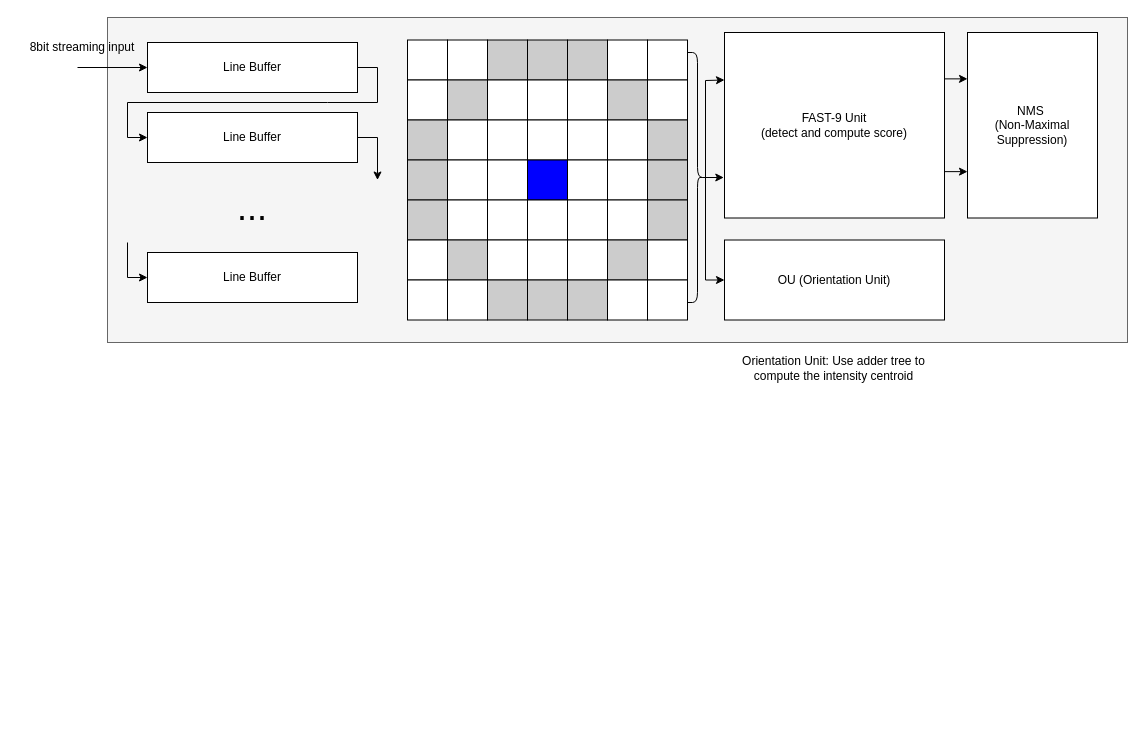
Before: page "Detector" (2 of 5) of Hardware_implementation/Diagram.drawio in FlyingFrank515/Visual-Odometry, a draw.io diagram. Source tidied: cells renumbered, new cells numbered last; positions are measured from the earlier drawing's top-left corner, leaving out a move shared by most shapes. Both pictures are drawn from the tidied source at 100%, with x=0, y=0 at pixel (17, 17).
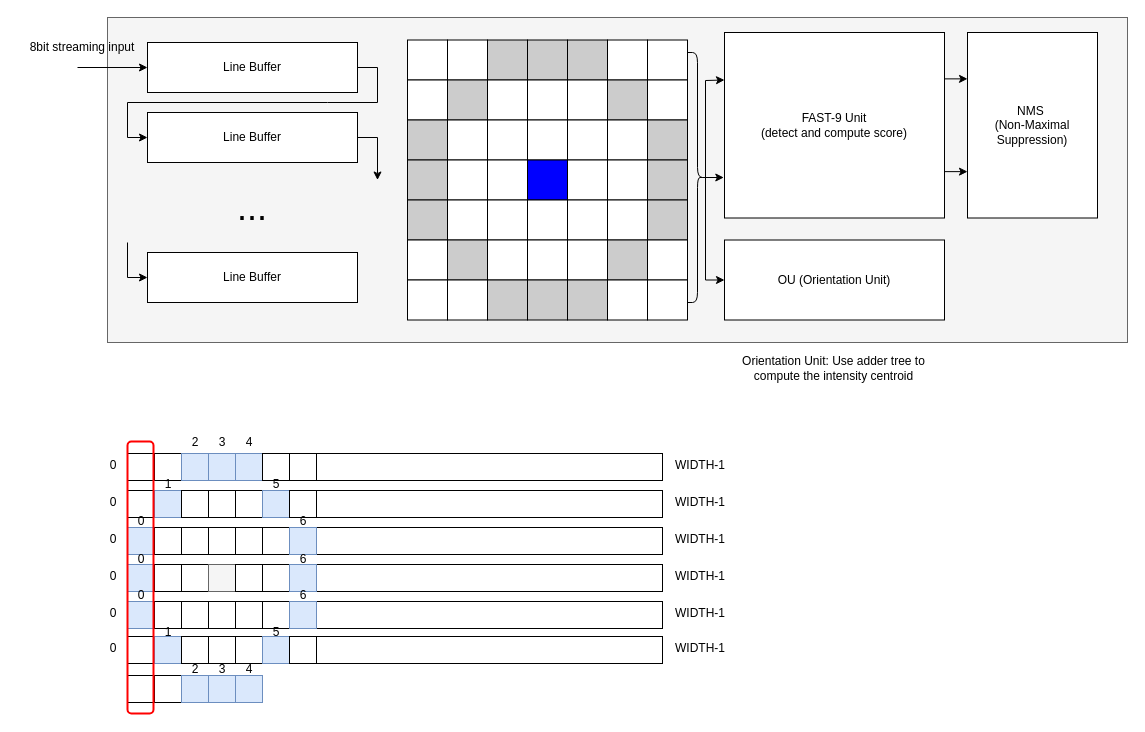
The same page after the edit.

Change to the diagram source:
```diff
@@
+    <mxCell id="71" style="rounded=0;whiteSpace=wrap;html=1;" parent="1" vertex="1">
+      <mxGeometry x="110" y="436" width="535" height="27" as="geometry" />
+    </mxCell>
+    <mxCell id="72" value="0" style="text;html=1;strokeColor=none;fillColor=none;align=center;verticalAlign=middle;whiteSpace=wrap;rounded=0;" parent="1" vertex="1">
+      <mxGeometry x="66" y="433" width="60" height="30" as="geometry" />
+    </mxCell>
+    <mxCell id="73" value="WIDTH-1" style="text;html=1;strokeColor=none;fillColor=none;align=center;verticalAlign=middle;whiteSpace=wrap;rounded=0;" parent="1" vertex="1">
+      <mxGeometry x="653" y="433" width="60" height="30" as="geometry" />
+    </mxCell>
+    <mxCell id="74" style="rounded=0;whiteSpace=wrap;html=1;" parent="1" vertex="1">
+      <mxGeometry x="110" y="473" width="535" height="27" as="geometry" />
+    </mxCell>
+    <mxCell id="75" value="0" style="text;html=1;strokeColor=none;fillColor=none;align=center;verticalAlign=middle;whiteSpace=wrap;rounded=0;" parent="1" vertex="1">
+      <mxGeometry x="66" y="470" width="60" height="30" as="geometry" />
+    </mxCell>
+    <mxCell id="76" value="WIDTH-1" style="text;html=1;strokeColor=none;fillColor=none;align=center;verticalAlign=middle;whiteSpace=wrap;rounded=0;" parent="1" vertex="1">
+      <mxGeometry x="653" y="470" width="60" height="30" as="geometry" />
+    </mxCell>
+    <mxCell id="77" style="rounded=0;whiteSpace=wrap;html=1;" parent="1" vertex="1">
+      <mxGeometry x="110" y="510" width="535" height="27" as="geometry" />
+    </mxCell>
+    <mxCell id="78" value="0" style="text;html=1;strokeColor=none;fillColor=none;align=center;verticalAlign=middle;whiteSpace=wrap;rounded=0;" parent="1" vertex="1">
+      <mxGeometry x="66" y="507" width="60" height="30" as="geometry" />
+    </mxCell>
+    <mxCell id="79" value="WIDTH-1" style="text;html=1;strokeColor=none;fillColor=none;align=center;verticalAlign=middle;whiteSpace=wrap;rounded=0;" parent="1" vertex="1">
+      <mxGeometry x="653" y="507" width="60" height="30" as="geometry" />
+    </mxCell>
+    <mxCell id="80" style="rounded=0;whiteSpace=wrap;html=1;" parent="1" vertex="1">
+      <mxGeometry x="110" y="547" width="535" height="27" as="geometry" />
+    </mxCell>
+    <mxCell id="81" value="0" style="text;html=1;strokeColor=none;fillColor=none;align=center;verticalAlign=middle;whiteSpace=wrap;rounded=0;" parent="1" vertex="1">
+      <mxGeometry x="66" y="544" width="60" height="30" as="geometry" />
+    </mxCell>
+    <mxCell id="82" value="WIDTH-1" style="text;html=1;strokeColor=none;fillColor=none;align=center;verticalAlign=middle;whiteSpace=wrap;rounded=0;" parent="1" vertex="1">
+      <mxGeometry x="653" y="544" width="60" height="30" as="geometry" />
+    </mxCell>
+    <mxCell id="83" style="rounded=0;whiteSpace=wrap;html=1;" parent="1" vertex="1">
+      <mxGeometry x="110" y="584" width="535" height="27" as="geometry" />
+    </mxCell>
+    <mxCell id="84" value="0" style="text;html=1;strokeColor=none;fillColor=none;align=center;verticalAlign=middle;whiteSpace=wrap;rounded=0;" parent="1" vertex="1">
+      <mxGeometry x="66" y="581" width="60" height="30" as="geometry" />
+    </mxCell>
+    <mxCell id="85" value="WIDTH-1" style="text;html=1;strokeColor=none;fillColor=none;align=center;verticalAlign=middle;whiteSpace=wrap;rounded=0;" parent="1" vertex="1">
+      <mxGeometry x="653" y="581" width="60" height="30" as="geometry" />
+    </mxCell>
+    <mxCell id="86" style="rounded=0;whiteSpace=wrap;html=1;" parent="1" vertex="1">
+      <mxGeometry x="110" y="619" width="535" height="27" as="geometry" />
+    </mxCell>
+    <mxCell id="87" value="0" style="text;html=1;strokeColor=none;fillColor=none;align=center;verticalAlign=middle;whiteSpace=wrap;rounded=0;" parent="1" vertex="1">
+      <mxGeometry x="66" y="616" width="60" height="30" as="geometry" />
+    </mxCell>
+    <mxCell id="88" value="WIDTH-1" style="text;html=1;strokeColor=none;fillColor=none;align=center;verticalAlign=middle;whiteSpace=wrap;rounded=0;" parent="1" vertex="1">
+      <mxGeometry x="653" y="616" width="60" height="30" as="geometry" />
+    </mxCell>
+    <mxCell id="89" style="rounded=0;whiteSpace=wrap;html=1;fontSize=36;fillColor=#FFFFFF;" parent="1" vertex="1">
+      <mxGeometry x="110" y="436" width="27" height="27" as="geometry" />
+    </mxCell>
+    <mxCell id="90" style="rounded=0;whiteSpace=wrap;html=1;fontSize=36;fillColor=#FFFFFF;" parent="1" vertex="1">
+      <mxGeometry x="137" y="436" width="27" height="27" as="geometry" />
+    </mxCell>
+    <mxCell id="91" style="rounded=0;whiteSpace=wrap;html=1;fontSize=36;fillColor=#dae8fc;strokeColor=#6c8ebf;" parent="1" vertex="1">
+      <mxGeometry x="164" y="436" width="27" height="27" as="geometry" />
+    </mxCell>
+    <mxCell id="92" style="rounded=0;whiteSpace=wrap;html=1;fontSize=36;fillColor=#dae8fc;strokeColor=#6c8ebf;" parent="1" vertex="1">
+      <mxGeometry x="191" y="436" width="27" height="27" as="geometry" />
+    </mxCell>
+    <mxCell id="93" style="rounded=0;whiteSpace=wrap;html=1;fontSize=36;fillColor=#dae8fc;strokeColor=#6c8ebf;" parent="1" vertex="1">
+      <mxGeometry x="218" y="436" width="27" height="27" as="geometry" />
+    </mxCell>
+    <mxCell id="94" style="rounded=0;whiteSpace=wrap;html=1;fontSize=36;fillColor=#FFFFFF;" parent="1" vertex="1">
+      <mxGeometry x="245" y="436" width="27" height="27" as="geometry" />
+    </mxCell>
+    <mxCell id="95" style="rounded=0;whiteSpace=wrap;html=1;fontSize=36;fillColor=#FFFFFF;" parent="1" vertex="1">
+      <mxGeometry x="272" y="436" width="27" height="27" as="geometry" />
+    </mxCell>
+    <mxCell id="96" style="rounded=0;whiteSpace=wrap;html=1;fontSize=36;fillColor=#FFFFFF;" parent="1" vertex="1">
+      <mxGeometry x="110" y="473" width="27" height="27" as="geometry" />
+    </mxCell>
+    <mxCell id="97" style="rounded=0;whiteSpace=wrap;html=1;fontSize=36;fillColor=#dae8fc;strokeColor=#6c8ebf;" parent="1" vertex="1">
+      <mxGeometry x="137" y="473" width="27" height="27" as="geometry" />
+    </mxCell>
+    <mxCell id="98" style="rounded=0;whiteSpace=wrap;html=1;fontSize=36;fillColor=#FFFFFF;" parent="1" vertex="1">
+      <mxGeometry x="164" y="473" width="27" height="27" as="geometry" />
+    </mxCell>
+    <mxCell id="99" style="rounded=0;whiteSpace=wrap;html=1;fontSize=36;fillColor=#FFFFFF;" parent="1" vertex="1">
+      <mxGeometry x="191" y="473" width="27" height="27" as="geometry" />
+    </mxCell>
+    <mxCell id="100" style="rounded=0;whiteSpace=wrap;html=1;fontSize=36;fillColor=#FFFFFF;" parent="1" vertex="1">
+      <mxGeometry x="218" y="473" width="27" height="27" as="geometry" />
+    </mxCell>
+    <mxCell id="101" style="rounded=0;whiteSpace=wrap;html=1;fontSize=36;fillColor=#dae8fc;strokeColor=#6c8ebf;" parent="1" vertex="1">
+      <mxGeometry x="245" y="473" width="27" height="27" as="geometry" />
+    </mxCell>
+    <mxCell id="102" style="rounded=0;whiteSpace=wrap;html=1;fontSize=36;fillColor=#FFFFFF;" parent="1" vertex="1">
+      <mxGeometry x="272" y="473" width="27" height="27" as="geometry" />
+    </mxCell>
+    <mxCell id="103" style="rounded=0;whiteSpace=wrap;html=1;fontSize=36;fillColor=#dae8fc;strokeColor=#6c8ebf;" parent="1" vertex="1">
+      <mxGeometry x="110" y="510" width="27" height="27" as="geometry" />
+    </mxCell>
+    <mxCell id="104" style="rounded=0;whiteSpace=wrap;html=1;fontSize=36;fillColor=#FFFFFF;" parent="1" vertex="1">
+      <mxGeometry x="137" y="510" width="27" height="27" as="geometry" />
+    </mxCell>
+    <mxCell id="105" style="rounded=0;whiteSpace=wrap;html=1;fontSize=36;fillColor=#FFFFFF;" parent="1" vertex="1">
+      <mxGeometry x="164" y="510" width="27" height="27" as="geometry" />
+    </mxCell>
+    <mxCell id="106" style="rounded=0;whiteSpace=wrap;html=1;fontSize=36;fillColor=#FFFFFF;" parent="1" vertex="1">
+      <mxGeometry x="191" y="510" width="27" height="27" as="geometry" />
+    </mxCell>
+    <mxCell id="107" style="rounded=0;whiteSpace=wrap;html=1;fontSize=36;fillColor=#FFFFFF;" parent="1" vertex="1">
+      <mxGeometry x="218" y="510" width="27" height="27" as="geometry" />
+    </mxCell>
+    <mxCell id="108" style="rounded=0;whiteSpace=wrap;html=1;fontSize=36;fillColor=#FFFFFF;" parent="1" vertex="1">
+      <mxGeometry x="245" y="510" width="27" height="27" as="geometry" />
+    </mxCell>
+    <mxCell id="109" style="rounded=0;whiteSpace=wrap;html=1;fontSize=36;fillColor=#dae8fc;strokeColor=#6c8ebf;" parent="1" vertex="1">
+      <mxGeometry x="272" y="510" width="27" height="27" as="geometry" />
+    </mxCell>
+    <mxCell id="110" style="rounded=0;whiteSpace=wrap;html=1;fontSize=36;fillColor=#dae8fc;strokeColor=#6c8ebf;" parent="1" vertex="1">
+      <mxGeometry x="110" y="547" width="27" height="27" as="geometry" />
+    </mxCell>
+    <mxCell id="111" style="rounded=0;whiteSpace=wrap;html=1;fontSize=36;fillColor=#FFFFFF;" parent="1" vertex="1">
+      <mxGeometry x="137" y="547" width="27" height="27" as="geometry" />
+    </mxCell>
+    <mxCell id="112" style="rounded=0;whiteSpace=wrap;html=1;fontSize=36;fillColor=#FFFFFF;" parent="1" vertex="1">
+      <mxGeometry x="164" y="547" width="27" height="27" as="geometry" />
+    </mxCell>
+    <mxCell id="113" style="rounded=0;whiteSpace=wrap;html=1;fontSize=36;fillColor=#f5f5f5;strokeColor=#666666;fontColor=#333333;" parent="1" vertex="1">
+      <mxGeometry x="191" y="547" width="27" height="27" as="geometry" />
+    </mxCell>
+    <mxCell id="114" style="rounded=0;whiteSpace=wrap;html=1;fontSize=36;fillColor=#FFFFFF;" parent="1" vertex="1">
+      <mxGeometry x="218" y="547" width="27" height="27" as="geometry" />
+    </mxCell>
+    <mxCell id="115" style="rounded=0;whiteSpace=wrap;html=1;fontSize=36;fillColor=#FFFFFF;" parent="1" vertex="1">
+      <mxGeometry x="245" y="547" width="27" height="27" as="geometry" />
+    </mxCell>
+    <mxCell id="116" style="rounded=0;whiteSpace=wrap;html=1;fontSize=36;fillColor=#dae8fc;strokeColor=#6c8ebf;" parent="1" vertex="1">
+      <mxGeometry x="272" y="547" width="27" height="27" as="geometry" />
+    </mxCell>
+    <mxCell id="117" style="rounded=0;whiteSpace=wrap;html=1;fontSize=36;fillColor=#dae8fc;strokeColor=#6c8ebf;" parent="1" vertex="1">
+      <mxGeometry x="110" y="584" width="27" height="27" as="geometry" />
+    </mxCell>
+    <mxCell id="118" style="rounded=0;whiteSpace=wrap;html=1;fontSize=36;fillColor=#FFFFFF;" parent="1" vertex="1">
+      <mxGeometry x="137" y="584" width="27" height="27" as="geometry" />
+    </mxCell>
+    <mxCell id="119" style="rounded=0;whiteSpace=wrap;html=1;fontSize=36;fillColor=#FFFFFF;" parent="1" vertex="1">
+      <mxGeometry x="164" y="584" width="27" height="27" as="geometry" />
+    </mxCell>
+    <mxCell id="120" style="rounded=0;whiteSpace=wrap;html=1;fontSize=36;fillColor=#FFFFFF;" parent="1" vertex="1">
+      <mxGeometry x="191" y="584" width="27" height="27" as="geometry" />
+    </mxCell>
+    <mxCell id="121" style="rounded=0;whiteSpace=wrap;html=1;fontSize=36;fillColor=#FFFFFF;" parent="1" vertex="1">
+      <mxGeometry x="218" y="584" width="27" height="27" as="geometry" />
+    </mxCell>
+    <mxCell id="122" style="rounded=0;whiteSpace=wrap;html=1;fontSize=36;fillColor=#FFFFFF;" parent="1" vertex="1">
+      <mxGeometry x="245" y="584" width="27" height="27" as="geometry" />
+    </mxCell>
+    <mxCell id="123" style="rounded=0;whiteSpace=wrap;html=1;fontSize=36;fillColor=#dae8fc;strokeColor=#6c8ebf;" parent="1" vertex="1">
+      <mxGeometry x="272" y="584" width="27" height="27" as="geometry" />
+    </mxCell>
+    <mxCell id="124" style="rounded=0;whiteSpace=wrap;html=1;fontSize=36;fillColor=#FFFFFF;" parent="1" vertex="1">
+      <mxGeometry x="110" y="619" width="27" height="27" as="geometry" />
+    </mxCell>
+    <mxCell id="125" style="rounded=0;whiteSpace=wrap;html=1;fontSize=36;fillColor=#dae8fc;strokeColor=#6c8ebf;" parent="1" vertex="1">
+      <mxGeometry x="137" y="619" width="27" height="27" as="geometry" />
+    </mxCell>
+    <mxCell id="126" style="rounded=0;whiteSpace=wrap;html=1;fontSize=36;fillColor=#FFFFFF;" parent="1" vertex="1">
+      <mxGeometry x="164" y="619" width="27" height="27" as="geometry" />
+    </mxCell>
+    <mxCell id="127" style="rounded=0;whiteSpace=wrap;html=1;fontSize=36;fillColor=#FFFFFF;" parent="1" vertex="1">
+      <mxGeometry x="191" y="619" width="27" height="27" as="geometry" />
+    </mxCell>
+    <mxCell id="128" style="rounded=0;whiteSpace=wrap;html=1;fontSize=36;fillColor=#FFFFFF;" parent="1" vertex="1">
+      <mxGeometry x="218" y="619" width="27" height="27" as="geometry" />
+    </mxCell>
+    <mxCell id="129" style="rounded=0;whiteSpace=wrap;html=1;fontSize=36;fillColor=#dae8fc;strokeColor=#6c8ebf;" parent="1" vertex="1">
+      <mxGeometry x="245" y="619" width="27" height="27" as="geometry" />
+    </mxCell>
+    <mxCell id="130" style="rounded=0;whiteSpace=wrap;html=1;fontSize=36;fillColor=#FFFFFF;" parent="1" vertex="1">
+      <mxGeometry x="272" y="619" width="27" height="27" as="geometry" />
+    </mxCell>
+    <mxCell id="131" style="rounded=0;whiteSpace=wrap;html=1;fontSize=36;fillColor=#FFFFFF;" parent="1" vertex="1">
+      <mxGeometry x="110" y="658" width="27" height="27" as="geometry" />
+    </mxCell>
+    <mxCell id="132" style="rounded=0;whiteSpace=wrap;html=1;fontSize=36;fillColor=#FFFFFF;" parent="1" vertex="1">
+      <mxGeometry x="137" y="658" width="27" height="27" as="geometry" />
+    </mxCell>
+    <mxCell id="133" style="rounded=0;whiteSpace=wrap;html=1;fontSize=36;fillColor=#dae8fc;strokeColor=#6c8ebf;" parent="1" vertex="1">
+      <mxGeometry x="164" y="658" width="27" height="27" as="geometry" />
+    </mxCell>
+    <mxCell id="134" style="rounded=0;whiteSpace=wrap;html=1;fontSize=36;fillColor=#dae8fc;strokeColor=#6c8ebf;" parent="1" vertex="1">
+      <mxGeometry x="191" y="658" width="27" height="27" as="geometry" />
+    </mxCell>
+    <mxCell id="135" style="rounded=0;whiteSpace=wrap;html=1;fontSize=36;fillColor=#dae8fc;strokeColor=#6c8ebf;" parent="1" vertex="1">
+      <mxGeometry x="218" y="658" width="27" height="27" as="geometry" />
+    </mxCell>
+    <mxCell id="136" value="2" style="text;html=1;strokeColor=none;fillColor=none;align=center;verticalAlign=middle;whiteSpace=wrap;rounded=0;" parent="1" vertex="1">
+      <mxGeometry x="147.5" y="410" width="60" height="30" as="geometry" />
+    </mxCell>
+    <mxCell id="137" value="3" style="text;html=1;strokeColor=none;fillColor=none;align=center;verticalAlign=middle;whiteSpace=wrap;rounded=0;" parent="1" vertex="1">
+      <mxGeometry x="174.5" y="410" width="60" height="30" as="geometry" />
+    </mxCell>
+    <mxCell id="138" value="4" style="text;html=1;strokeColor=none;fillColor=none;align=center;verticalAlign=middle;whiteSpace=wrap;rounded=0;" parent="1" vertex="1">
+      <mxGeometry x="201.5" y="410" width="60" height="30" as="geometry" />
+    </mxCell>
+    <mxCell id="139" value="1" style="text;html=1;strokeColor=none;fillColor=none;align=center;verticalAlign=middle;whiteSpace=wrap;rounded=0;" parent="1" vertex="1">
+      <mxGeometry x="120.5" y="452" width="60" height="30" as="geometry" />
+    </mxCell>
+    <mxCell id="140" value="5" style="text;html=1;strokeColor=none;fillColor=none;align=center;verticalAlign=middle;whiteSpace=wrap;rounded=0;" parent="1" vertex="1">
+      <mxGeometry x="228.5" y="452" width="60" height="30" as="geometry" />
+    </mxCell>
+    <mxCell id="141" value="0" style="text;html=1;strokeColor=none;fillColor=none;align=center;verticalAlign=middle;whiteSpace=wrap;rounded=0;" parent="1" vertex="1">
+      <mxGeometry x="93.5" y="489" width="60" height="30" as="geometry" />
+    </mxCell>
+    <mxCell id="142" value="6" style="text;html=1;strokeColor=none;fillColor=none;align=center;verticalAlign=middle;whiteSpace=wrap;rounded=0;" parent="1" vertex="1">
+      <mxGeometry x="255.5" y="489" width="60" height="30" as="geometry" />
+    </mxCell>
+    <mxCell id="143" value="0" style="text;html=1;strokeColor=none;fillColor=none;align=center;verticalAlign=middle;whiteSpace=wrap;rounded=0;" parent="1" vertex="1">
+      <mxGeometry x="93.5" y="527" width="60" height="30" as="geometry" />
+    </mxCell>
+    <mxCell id="144" value="6" style="text;html=1;strokeColor=none;fillColor=none;align=center;verticalAlign=middle;whiteSpace=wrap;rounded=0;" parent="1" vertex="1">
+      <mxGeometry x="255.5" y="527" width="60" height="30" as="geometry" />
+    </mxCell>
+    <mxCell id="145" value="0" style="text;html=1;strokeColor=none;fillColor=none;align=center;verticalAlign=middle;whiteSpace=wrap;rounded=0;" parent="1" vertex="1">
+      <mxGeometry x="93.5" y="563" width="60" height="30" as="geometry" />
+    </mxCell>
+    <mxCell id="146" value="6" style="text;html=1;strokeColor=none;fillColor=none;align=center;verticalAlign=middle;whiteSpace=wrap;rounded=0;" parent="1" vertex="1">
+      <mxGeometry x="255.5" y="563" width="60" height="30" as="geometry" />
+    </mxCell>
+    <mxCell id="147" value="1" style="text;html=1;strokeColor=none;fillColor=none;align=center;verticalAlign=middle;whiteSpace=wrap;rounded=0;" parent="1" vertex="1">
+      <mxGeometry x="120.5" y="600" width="60" height="30" as="geometry" />
+    </mxCell>
+    <mxCell id="148" value="5" style="text;html=1;strokeColor=none;fillColor=none;align=center;verticalAlign=middle;whiteSpace=wrap;rounded=0;" parent="1" vertex="1">
+      <mxGeometry x="228.5" y="600" width="60" height="30" as="geometry" />
+    </mxCell>
+    <mxCell id="149" value="2" style="text;html=1;strokeColor=none;fillColor=none;align=center;verticalAlign=middle;whiteSpace=wrap;rounded=0;" parent="1" vertex="1">
+      <mxGeometry x="147.5" y="637" width="60" height="30" as="geometry" />
+    </mxCell>
+    <mxCell id="150" value="3" style="text;html=1;strokeColor=none;fillColor=none;align=center;verticalAlign=middle;whiteSpace=wrap;rounded=0;" parent="1" vertex="1">
+      <mxGeometry x="174.5" y="637" width="60" height="30" as="geometry" />
+    </mxCell>
+    <mxCell id="151" value="4" style="text;html=1;strokeColor=none;fillColor=none;align=center;verticalAlign=middle;whiteSpace=wrap;rounded=0;" parent="1" vertex="1">
+      <mxGeometry x="201.5" y="637" width="60" height="30" as="geometry" />
+    </mxCell>
+    <mxCell id="152" style="rounded=1;whiteSpace=wrap;html=1;fillColor=none;strokeColor=#FF0000;strokeWidth=2;" parent="1" vertex="1">
+      <mxGeometry x="110" y="424" width="26" height="272" as="geometry" />
+    </mxCell>
```
